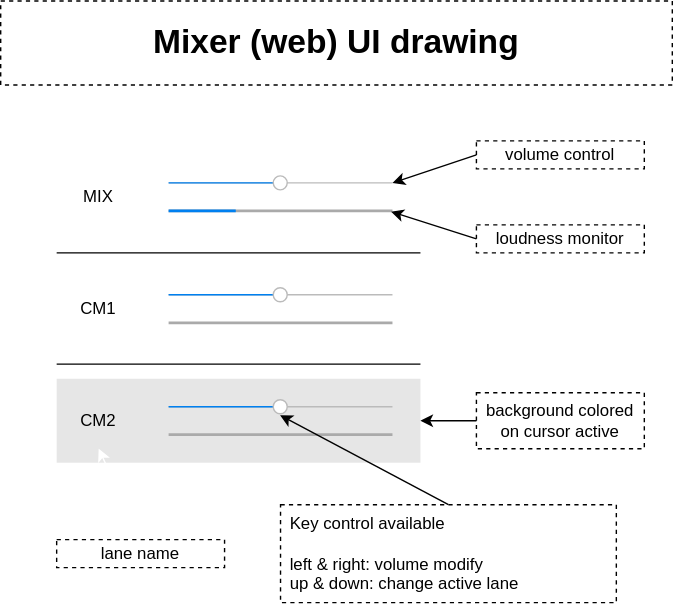
The draw.io diagram designs/mixer-ui-diagram.drawio.svg in aKuad/web-intercom, before a commit. Source tidied: cells renumbered, new cells last; positions are measured from the earlier drawing's top-left corner, leaving out a move shared by most shapes. Source of this version:
```xml
<mxGraphModel>
  <root>
    <mxCell id="0" />
    <mxCell id="1" parent="0" />
    <mxCell id="2" style="rounded=0;whiteSpace=wrap;html=1;fillColor=#E6E6E6;strokeColor=none;" parent="1" vertex="1">
      <mxGeometry x="40" y="270" width="260" height="60" as="geometry" />
    </mxCell>
    <mxCell id="3" style="html=1;verticalLabelPosition=bottom;labelBackgroundColor=#ffffff;verticalAlign=top;shadow=0;dashed=0;strokeWidth=1;shape=mxgraph.ios7ui.slider;barPos=49.87;strokeColor=#0080f0;strokeColor2=#a0a0a0;" parent="1" vertex="1">
      <mxGeometry x="120" y="120" width="160" height="20" as="geometry" />
    </mxCell>
    <mxCell id="4" style="html=1;strokeWidth=1;shadow=0;dashed=0;shape=mxgraph.ios7ui.downloadBar;verticalAlign=middle;fontSize=8;buttonText=;barPos=30;fillColor=#aaaaaa;strokeColor=#0080f0;align=center;" parent="1" vertex="1">
      <mxGeometry x="120" y="140" width="160" height="20" as="geometry" />
    </mxCell>
    <mxCell id="5" value="MIX" style="text;html=1;strokeColor=none;fillColor=none;align=center;verticalAlign=middle;whiteSpace=wrap;rounded=0;" parent="1" vertex="1">
      <mxGeometry x="40" y="120" width="60" height="40" as="geometry" />
    </mxCell>
    <mxCell id="6" style="html=1;verticalLabelPosition=bottom;labelBackgroundColor=#ffffff;verticalAlign=top;shadow=0;dashed=0;strokeWidth=1;shape=mxgraph.ios7ui.slider;barPos=49.87;strokeColor=#0080f0;strokeColor2=#a0a0a0;" parent="1" vertex="1">
      <mxGeometry x="120" y="200" width="160" height="20" as="geometry" />
    </mxCell>
    <mxCell id="7" style="html=1;strokeWidth=1;shadow=0;dashed=0;shape=mxgraph.ios7ui.downloadBar;verticalAlign=middle;fontSize=8;buttonText=;barPos=0;fillColor=#aaaaaa;strokeColor=#0080f0;align=center;" parent="1" vertex="1">
      <mxGeometry x="120" y="220" width="160" height="20" as="geometry" />
    </mxCell>
    <mxCell id="8" value="CM1" style="text;html=1;strokeColor=none;fillColor=none;align=center;verticalAlign=middle;whiteSpace=wrap;rounded=0;" parent="1" vertex="1">
      <mxGeometry x="40" y="200" width="60" height="40" as="geometry" />
    </mxCell>
    <mxCell id="9" style="html=1;verticalLabelPosition=bottom;labelBackgroundColor=#ffffff;verticalAlign=top;shadow=0;dashed=0;strokeWidth=1;shape=mxgraph.ios7ui.slider;barPos=49.87;strokeColor=#0080f0;strokeColor2=#a0a0a0;" parent="1" vertex="1">
      <mxGeometry x="120" y="280" width="160" height="20" as="geometry" />
    </mxCell>
    <mxCell id="10" style="html=1;strokeWidth=1;shadow=0;dashed=0;shape=mxgraph.ios7ui.downloadBar;verticalAlign=middle;fontSize=8;buttonText=;barPos=0;fillColor=#aaaaaa;strokeColor=#0080f0;align=center;" parent="1" vertex="1">
      <mxGeometry x="120" y="300" width="160" height="20" as="geometry" />
    </mxCell>
    <mxCell id="11" value="CM2" style="text;html=1;strokeColor=none;fillColor=none;align=center;verticalAlign=middle;whiteSpace=wrap;rounded=0;" parent="1" vertex="1">
      <mxGeometry x="40" y="280" width="60" height="40" as="geometry" />
    </mxCell>
    <mxCell id="12" style="endArrow=none;html=1;" parent="1" edge="1">
      <mxGeometry relative="1" as="geometry">
        <mxPoint x="40" y="180" as="sourcePoint" />
        <mxPoint x="300" y="180" as="targetPoint" />
      </mxGeometry>
    </mxCell>
    <mxCell id="13" style="endArrow=none;html=1;" parent="1" edge="1">
      <mxGeometry relative="1" as="geometry">
        <mxPoint x="40" y="259.5" as="sourcePoint" />
        <mxPoint x="300" y="259.5" as="targetPoint" />
      </mxGeometry>
    </mxCell>
    <mxCell id="14" style="edgeStyle=none;html=1;exitX=0;exitY=0.5;exitDx=0;exitDy=0;entryX=1;entryY=0.5;entryDx=0;entryDy=0;entryPerimeter=0;" parent="1" edge="1" source="15" target="3">
      <mxGeometry relative="1" as="geometry" />
    </mxCell>
    <mxCell id="15" value="volume control" style="whiteSpace=wrap;html=1;dashed=1;fillColor=none;" parent="1" vertex="1">
      <mxGeometry x="340" y="100" width="120" height="20" as="geometry" />
    </mxCell>
    <mxCell id="16" style="edgeStyle=none;html=1;exitX=0;exitY=0.5;exitDx=0;exitDy=0;entryX=0.994;entryY=0.528;entryDx=0;entryDy=0;entryPerimeter=0;" parent="1" edge="1" source="17" target="4">
      <mxGeometry relative="1" as="geometry" />
    </mxCell>
    <mxCell id="17" value="loudness monitor" style="whiteSpace=wrap;html=1;dashed=1;fillColor=none;" parent="1" vertex="1">
      <mxGeometry x="340" y="160" width="120" height="20" as="geometry" />
    </mxCell>
    <mxCell id="18" style="edgeStyle=none;html=1;exitX=0;exitY=0.5;exitDx=0;exitDy=0;entryX=1;entryY=0.5;entryDx=0;entryDy=0;" parent="1" edge="1" source="19" target="2">
      <mxGeometry relative="1" as="geometry" />
    </mxCell>
    <mxCell id="19" value="background colored&lt;br&gt;on cursor active" style="whiteSpace=wrap;html=1;dashed=1;fillColor=none;" parent="1" vertex="1">
      <mxGeometry x="340" y="280" width="120" height="40" as="geometry" />
    </mxCell>
    <mxCell id="20" style="edgeStyle=none;html=1;exitX=0.5;exitY=0;exitDx=0;exitDy=0;entryX=0.498;entryY=0.803;entryDx=0;entryDy=0;entryPerimeter=0;" parent="1" edge="1" source="21" target="9">
      <mxGeometry relative="1" as="geometry" />
    </mxCell>
    <mxCell id="21" value="Key control available&lt;br&gt;&lt;br&gt;left &amp;amp; right: volume modify&lt;br&gt;up &amp;amp; down: change active lane" style="whiteSpace=wrap;html=1;dashed=1;fillColor=none;align=left;spacingLeft=5;spacingBottom=0;verticalAlign=top;" parent="1" vertex="1">
      <mxGeometry x="200" y="360" width="240" height="70" as="geometry" />
    </mxCell>
    <mxCell id="22" value="&lt;h1&gt;Mixer (web) UI drawing&lt;/h1&gt;" style="whiteSpace=wrap;html=1;dashed=1;fillColor=none;align=center;spacingLeft=0;spacingBottom=0;verticalAlign=middle;" parent="1" vertex="1">
      <mxGeometry width="480" height="60" as="geometry" />
    </mxCell>
    <mxCell id="23" style="edgeStyle=none;html=1;exitX=0.5;exitY=0;exitDx=0;exitDy=0;entryX=0.5;entryY=1;entryDx=0;entryDy=0;strokeColor=#FFFFFF;fontColor=#FFFFFF;" parent="1" edge="1" source="24" target="11">
      <mxGeometry relative="1" as="geometry" />
    </mxCell>
    <mxCell id="24" value="lane name" style="whiteSpace=wrap;html=1;dashed=1;fillColor=none;" parent="1" vertex="1">
      <mxGeometry x="40" y="385" width="120" height="20" as="geometry" />
    </mxCell>
  </root>
</mxGraphModel>
```
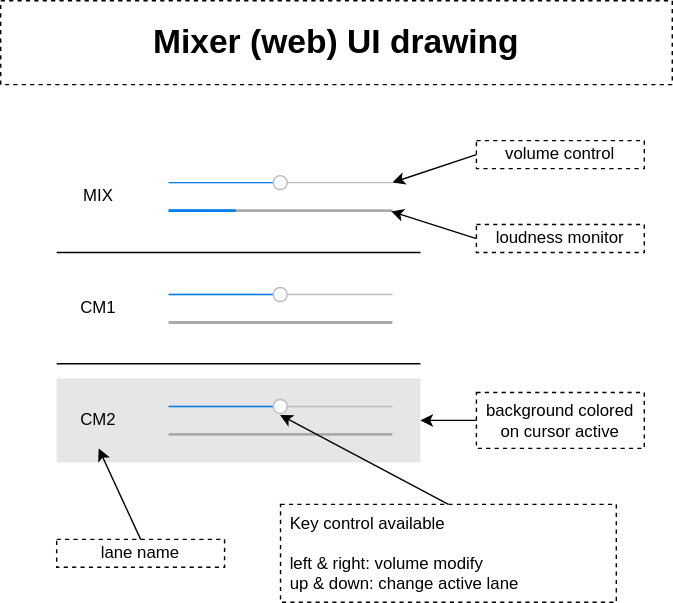
After the change.

Commit message:
Fix: An arrow was white color, unify to black color

The edit, as a diff of the source:
```diff
@@ -71,7 +71,7 @@
     <mxCell id="22" value="&lt;h1&gt;Mixer (web) UI drawing&lt;/h1&gt;" style="whiteSpace=wrap;html=1;dashed=1;fillColor=none;align=center;spacingLeft=0;spacingBottom=0;verticalAlign=middle;" parent="1" vertex="1">
       <mxGeometry width="480" height="60" as="geometry" />
     </mxCell>
-    <mxCell id="23" style="edgeStyle=none;html=1;exitX=0.5;exitY=0;exitDx=0;exitDy=0;entryX=0.5;entryY=1;entryDx=0;entryDy=0;strokeColor=#FFFFFF;fontColor=#FFFFFF;" parent="1" edge="1" source="24" target="11">
+    <mxCell id="23" style="edgeStyle=none;html=1;exitX=0.5;exitY=0;exitDx=0;exitDy=0;entryX=0.5;entryY=1;entryDx=0;entryDy=0;fontColor=#FFFFFF;" parent="1" edge="1" source="24" target="11">
       <mxGeometry relative="1" as="geometry" />
     </mxCell>
     <mxCell id="24" value="lane name" style="whiteSpace=wrap;html=1;dashed=1;fillColor=none;" parent="1" vertex="1">
```
